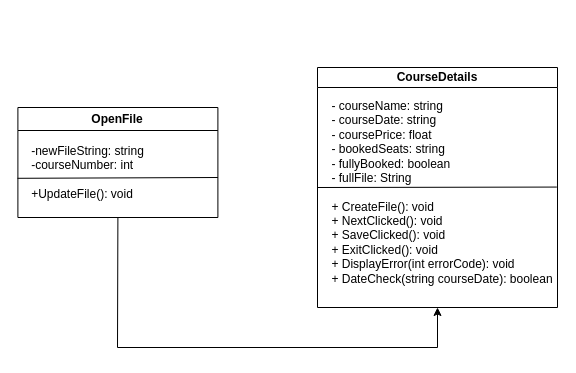
AlenKrga/CourseBookingDFD keeps this draw.io diagram as class diagram of app.drawio. Above is the earlier version. Source tidied: cells renumbered, new cells numbered last; positions are measured from the earlier drawing's top-left corner, leaving out a move shared by most shapes. Both pictures are drawn from the tidied source at 100%, with x=0, y=0 at pixel (17, 67).
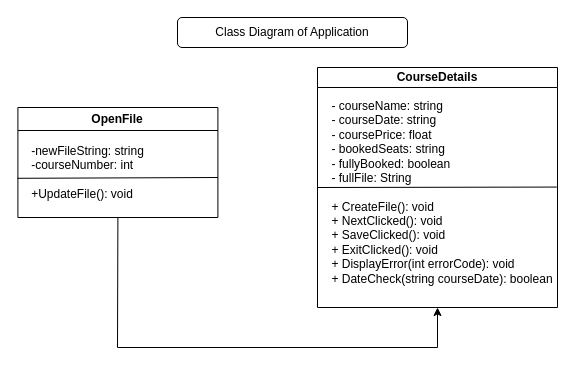
After the change.

Commit message:
Update class diagram of app - class diagram of application.drawio

Change to the diagram source:
```diff
@@
 <mxGraphModel>
   <root>
     <mxCell id="0" />
     <mxCell id="1" parent="0" />
     <mxCell id="2" value="CourseDetails" style="swimlane;whiteSpace=wrap;html=1;startSize=20;" parent="1" vertex="1">
       <mxGeometry x="300" width="240" height="240" as="geometry" />
     </mxCell>
     <mxCell id="3" value="&lt;div style=&quot;text-align: left;&quot;&gt;&lt;span style=&quot;background-color: initial;&quot;&gt;- courseName: string&lt;/span&gt;&lt;/div&gt;&lt;div style=&quot;text-align: left;&quot;&gt;&lt;span style=&quot;background-color: initial;&quot;&gt;- courseDate: string&lt;/span&gt;&lt;/div&gt;&lt;div style=&quot;text-align: left;&quot;&gt;&lt;span style=&quot;background-color: initial;&quot;&gt;- coursePrice: float&lt;/span&gt;&lt;/div&gt;&lt;div style=&quot;text-align: left;&quot;&gt;&lt;span style=&quot;background-color: initial;&quot;&gt;- bookedSeats: string&lt;/span&gt;&lt;/div&gt;&lt;div style=&quot;text-align: left;&quot;&gt;&lt;span style=&quot;background-color: initial;&quot;&gt;- fullyBooked: boolean&lt;/span&gt;&lt;/div&gt;&lt;div style=&quot;text-align: left;&quot;&gt;&lt;span style=&quot;background-color: initial;&quot;&gt;- fullFile: String&lt;/span&gt;&lt;/div&gt;&lt;div style=&quot;text-align: left;&quot;&gt;&lt;br&gt;&lt;/div&gt;&lt;div style=&quot;text-align: left;&quot;&gt;&lt;span style=&quot;background-color: initial;&quot;&gt;+ CreateFile(): void&lt;/span&gt;&lt;/div&gt;&lt;div style=&quot;text-align: left;&quot;&gt;&lt;span style=&quot;background-color: initial;&quot;&gt;+ NextClicked(): void&lt;/span&gt;&lt;/div&gt;&lt;div style=&quot;text-align: left;&quot;&gt;&lt;span style=&quot;background-color: initial;&quot;&gt;+ SaveClicked(): void&lt;/span&gt;&lt;/div&gt;&lt;div style=&quot;text-align: left;&quot;&gt;&lt;span style=&quot;background-color: initial;&quot;&gt;+ ExitClicked(): void&lt;/span&gt;&lt;/div&gt;&lt;div style=&quot;text-align: left;&quot;&gt;&lt;span style=&quot;background-color: initial;&quot;&gt;+ DisplayError(int errorCode): void&lt;/span&gt;&lt;/div&gt;&lt;div style=&quot;text-align: left;&quot;&gt;&lt;span style=&quot;background-color: initial;&quot;&gt;+ DateCheck(string courseDate): boolean&lt;/span&gt;&lt;/div&gt;" style="text;html=1;strokeColor=none;fillColor=none;align=center;verticalAlign=middle;whiteSpace=wrap;rounded=0;" parent="2" vertex="1">
       <mxGeometry x="10" y="110" width="230" height="30" as="geometry" />
     </mxCell>
     <mxCell id="4" style="endArrow=none;html=1;rounded=0;exitX=0.997;exitY=0.319;exitDx=0;exitDy=0;entryX=0;entryY=0.5;entryDx=0;entryDy=0;exitPerimeter=0;" parent="2" edge="1" source="3" target="2">
       <mxGeometry relative="1" as="geometry" />
     </mxCell>
     <mxCell id="5" value="OpenFile" style="swimlane;whiteSpace=wrap;html=1;" parent="1" vertex="1">
       <mxGeometry x="0.4" y="40" width="200" height="110" as="geometry" />
     </mxCell>
     <mxCell id="6" value="&lt;div style=&quot;text-align: left;&quot;&gt;-newFileString: string&lt;/div&gt;&lt;div style=&quot;text-align: left;&quot;&gt;-courseNumber: int&lt;/div&gt;&lt;div style=&quot;text-align: left;&quot;&gt;&lt;br&gt;&lt;/div&gt;&lt;div style=&quot;text-align: left;&quot;&gt;+UpdateFile(): void&lt;/div&gt;" style="text;html=1;align=center;verticalAlign=middle;points=[];strokeColor=none;fillColor=none;" parent="5" vertex="1">
       <mxGeometry y="30" width="140" height="70" as="geometry" />
     </mxCell>
     <mxCell id="7" style="endArrow=none;html=1;rounded=0;exitX=-0.003;exitY=0.583;exitDx=0;exitDy=0;exitPerimeter=0;" parent="1" edge="1" source="6">
       <mxGeometry relative="1" as="geometry">
         <mxPoint x="200.4" y="110" as="targetPoint" />
       </mxGeometry>
     </mxCell>
     <mxCell id="8" style="endArrow=classic;html=1;rounded=0;entryX=0.5;entryY=1;entryDx=0;entryDy=0;exitX=0.5;exitY=1;exitDx=0;exitDy=0;" parent="1" edge="1" source="5" target="2">
       <mxGeometry relative="1" as="geometry">
         <Array as="points">
           <mxPoint x="100" y="280" />
           <mxPoint x="420" y="280" />
         </Array>
       </mxGeometry>
     </mxCell>
+    <mxCell id="9" value="Class Diagram of Application" style="rounded=1;whiteSpace=wrap;html=1;" parent="1" vertex="1">
+      <mxGeometry x="160" y="-50" width="230" height="30" as="geometry" />
+    </mxCell>
   </root>
 </mxGraphModel>
```
